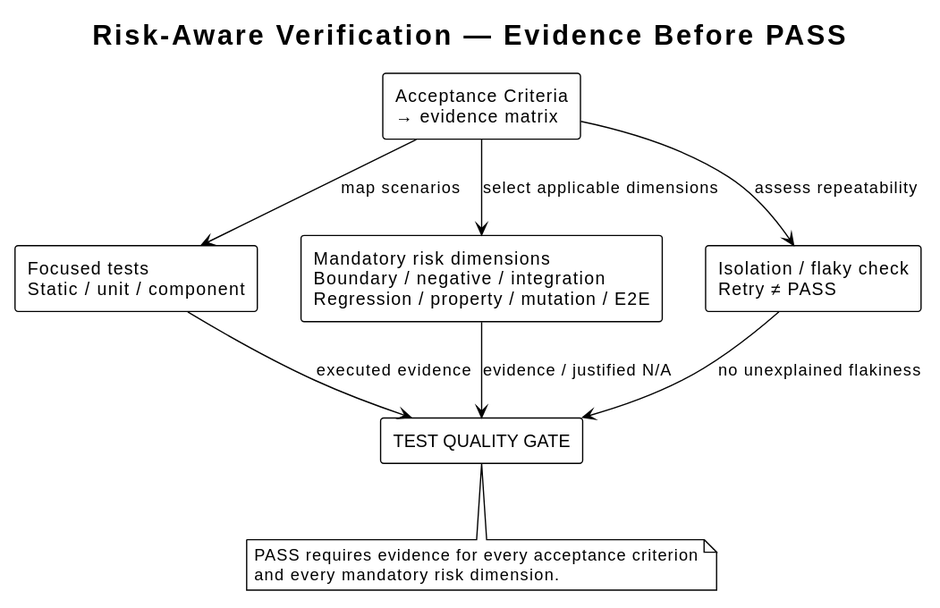
Earlier version of the PlantUML export docs/diagrams/test-quality-gate.svg (i-zrhe2016/codex-development-workflow). The source it was exported from:
```plantuml
@startuml
!theme plain
top to bottom direction
skinparam shadowing false
skinparam defaultFontName Arial

title Risk-Aware Verification — Evidence Before PASS

rectangle "Acceptance Criteria\n→ evidence matrix" as acceptance
rectangle "Focused tests\nStatic / unit / component" as focused
rectangle "Mandatory risk dimensions\nBoundary / negative / integration\nRegression / property / mutation / E2E" as risk
rectangle "Isolation / flaky check\nRetry ≠ PASS" as isolation
rectangle "TEST QUALITY GATE" as gate

acceptance --> focused : map scenarios
acceptance --> risk : select applicable dimensions
acceptance --> isolation : assess repeatability
focused --> gate : executed evidence
risk --> gate : evidence / justified N/A
isolation --> gate : no unexplained flakiness

note bottom of gate
  PASS requires evidence for every acceptance criterion
  and every mandatory risk dimension.
end note
@enduml
```
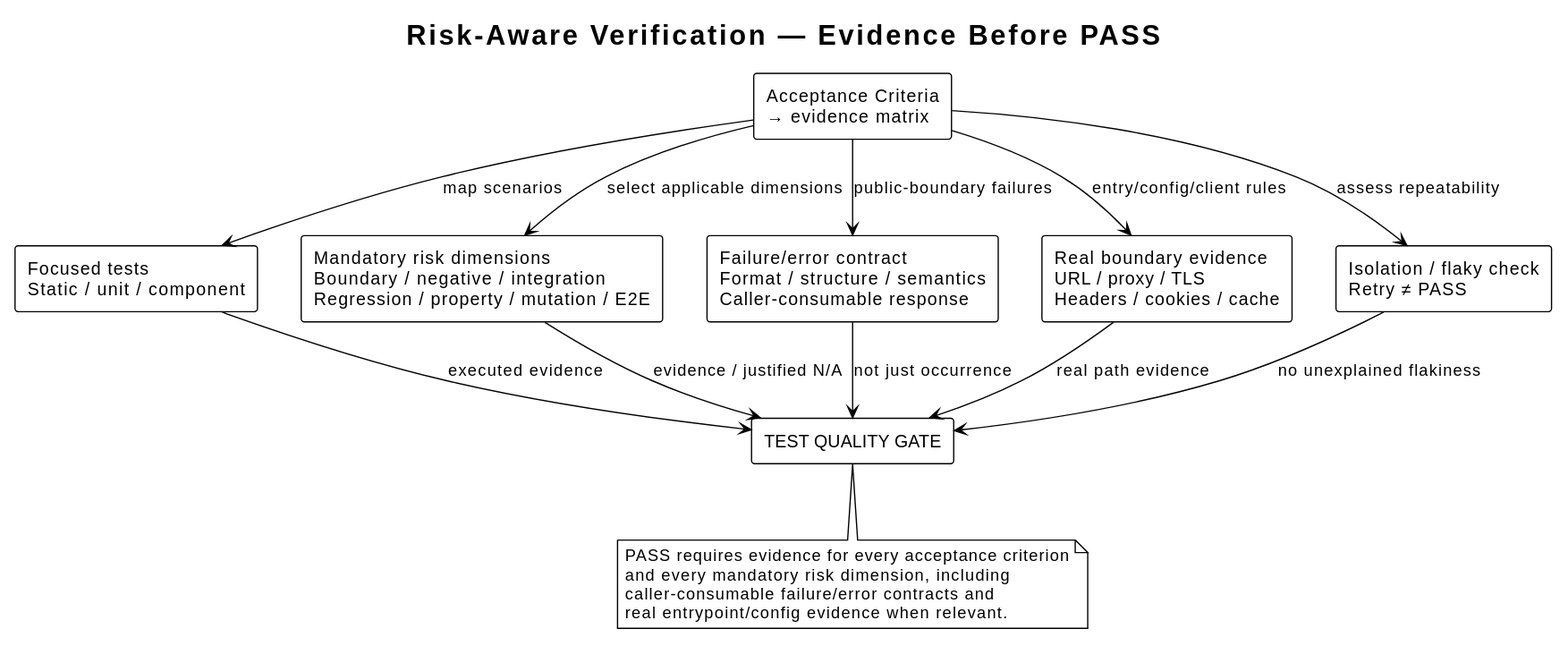
The same file after the commit.

Commit message:
docs(test-workflow): require real boundary contract tests

The edit, as a diff of the source:
```diff
@@ -9,18 +9,26 @@
 rectangle "Acceptance Criteria\n→ evidence matrix" as acceptance
 rectangle "Focused tests\nStatic / unit / component" as focused
 rectangle "Mandatory risk dimensions\nBoundary / negative / integration\nRegression / property / mutation / E2E" as risk
+rectangle "Failure/error contract\nFormat / structure / semantics\nCaller-consumable response" as failure_contract
+rectangle "Real boundary evidence\nURL / proxy / TLS\nHeaders / cookies / cache" as real_boundary
 rectangle "Isolation / flaky check\nRetry ≠ PASS" as isolation
 rectangle "TEST QUALITY GATE" as gate
 
 acceptance --> focused : map scenarios
 acceptance --> risk : select applicable dimensions
+acceptance --> failure_contract : public-boundary failures
+acceptance --> real_boundary : entry/config/client rules
 acceptance --> isolation : assess repeatability
 focused --> gate : executed evidence
 risk --> gate : evidence / justified N/A
+failure_contract --> gate : not just occurrence
+real_boundary --> gate : real path evidence
 isolation --> gate : no unexplained flakiness
 
 note bottom of gate
   PASS requires evidence for every acceptance criterion
-  and every mandatory risk dimension.
+  and every mandatory risk dimension, including
+  caller-consumable failure/error contracts and
+  real entrypoint/config evidence when relevant.
 end note
 @enduml
```
